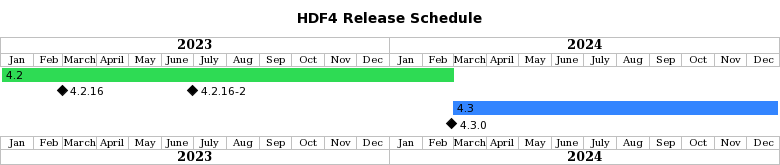
The PlantUML diagram doc/img/release-schedule.png in HDFGroup/hdf4, before a commit.
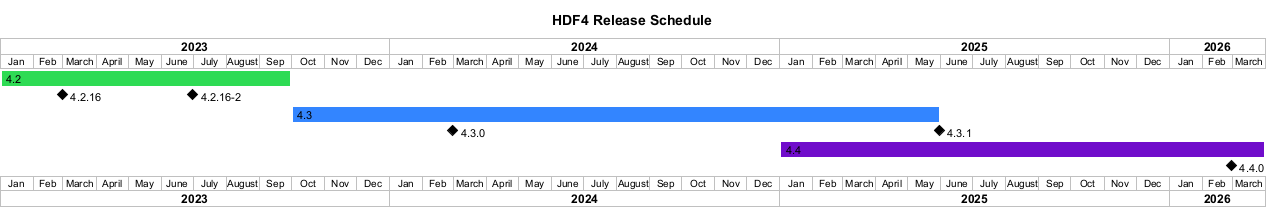
Above is the later version.

What changed in the source:
```diff
@@ -5,14 +5,20 @@
 projectscale monthly
 Project starts 2023-01-01
 
-[4.2] starts 2022-01-01 and lasts 61 weeks
+[4.2] starts 2022-01-01 and lasts 39 weeks
 [4.2.16] happens 2023-02-28
 [4.2.16-2] happens 2023-06-30
 [4.2.16-2] displays on same row as [4.2.16]
 [4.2] is colored in #2EDB54
 
-[4.3] starts 2024-02-28 and lasts 44 weeks
-[4.3.0] happens 2024-02-28
+[4.3] starts 2023-10-01 and lasts 87 weeks
+[4.3.0] happens 2024-02-29
+[4.3.1] happens 2025-05-30
+[4.3.1] displays on same row as [4.3.0]
 [4.3] is colored in #3385FF
 
+[4.4] starts 2025-01-01 and lasts 65 weeks
+[4.4.0] happens 2026-02-28
+[4.4] is colored in #700DCB
+
 @endgantt
```
